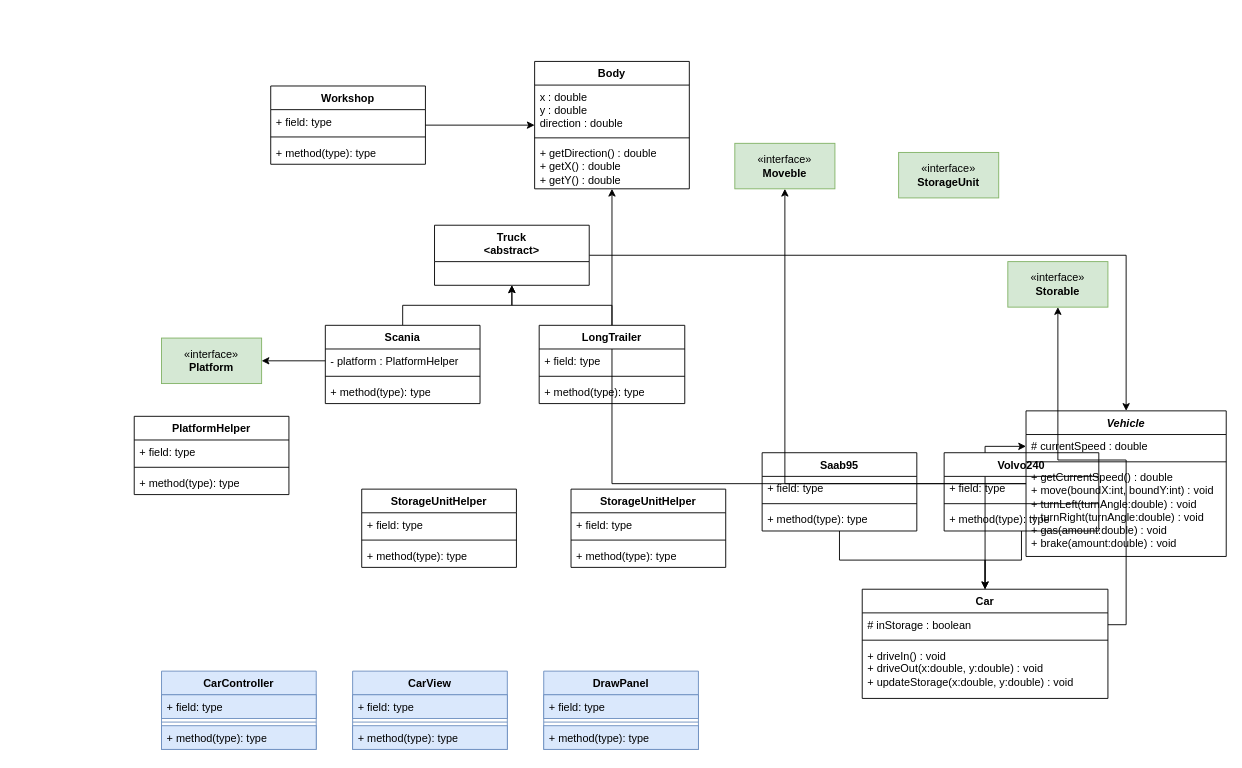
Before: Labb3pre.drawio in ErikFogelstrand/lab1-riktig, a draw.io diagram. Source tidied: cells renumbered, new cells numbered last; positions are measured from the earlier drawing's top-left corner, leaving out a move shared by most shapes. Both pictures are drawn from the tidied source at 91%, with x=0, y=0 at pixel (134, 61).
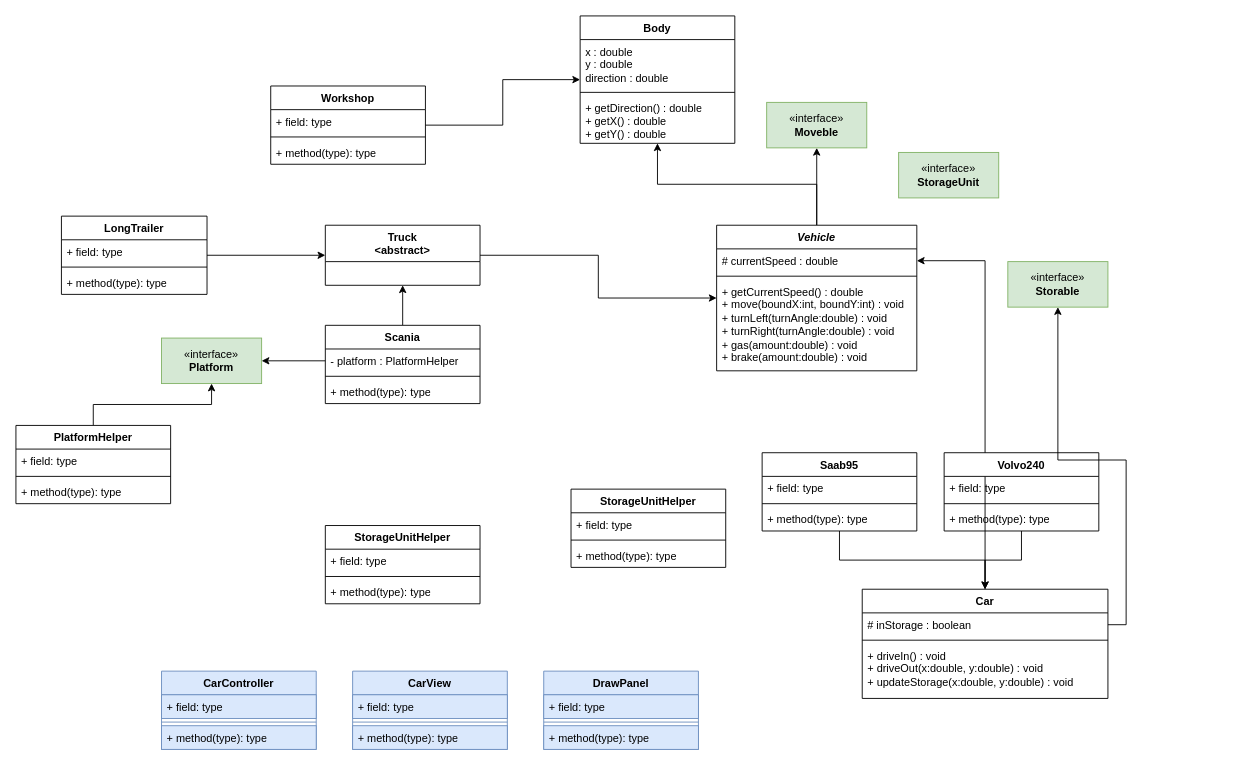
After the change.

Commit message:
Uppdaterad fritte

Unchanged cells that the change refers to:
```xml
<mxCell id="26" value="«interface»&lt;br&gt;&lt;b&gt;Platform&lt;/b&gt;" style="html=1;whiteSpace=wrap;fillColor=#d5e8d4;strokeColor=#82b366;" parent="1" vertex="1">
  <mxGeometry x="30" y="304" width="110" height="50" as="geometry" />
</mxCell>
```

The edit, as a diff of the source:
```diff
@@
     <mxCell id="2" value="&lt;div&gt;Body&lt;/div&gt;" style="swimlane;fontStyle=1;align=center;verticalAlign=top;horizontal=1;startSize=26;whiteSpace=wrap;html=1;" parent="1" vertex="1">
-      <mxGeometry x="440" width="170" height="140" as="geometry" />
+      <mxGeometry x="490" y="-50" width="170" height="140" as="geometry" />
     </mxCell>
@@
     <mxCell id="24" value="&lt;div&gt;Truck&lt;/div&gt;&lt;div&gt;&amp;lt;abstract&amp;gt;&lt;/div&gt;" style="swimlane;fontStyle=1;align=center;verticalAlign=top;horizontal=1;startSize=40;whiteSpace=wrap;html=1;" parent="1" vertex="1">
-      <mxGeometry x="330" y="180" width="170" height="66" as="geometry" />
+      <mxGeometry x="210" y="180" width="170" height="66" as="geometry" />
     </mxCell>
     <mxCell id="25" value="«interface»&lt;br&gt;&lt;b&gt;Moveble&lt;/b&gt;" style="html=1;whiteSpace=wrap;fillColor=#d5e8d4;strokeColor=#82b366;" parent="1" vertex="1">
-      <mxGeometry x="660" y="90" width="110" height="50" as="geometry" />
+      <mxGeometry x="695" y="45" width="110" height="50" as="geometry" />
     </mxCell>
@@
+    <mxCell id="74" style="edgeStyle=orthogonalEdgeStyle;rounded=0;jettySize=auto;html=1;" parent="1" edge="1" source="27" target="26">
+      <mxGeometry relative="1" as="geometry" />
+    </mxCell>
     <mxCell id="27" value="PlatformHelper" style="swimlane;fontStyle=1;align=center;verticalAlign=top;horizontal=1;startSize=26;whiteSpace=wrap;html=1;" parent="1" vertex="1">
-      <mxGeometry y="390" width="170" height="86" as="geometry" />
+      <mxGeometry x="-130" y="400" width="170" height="86" as="geometry" />
     </mxCell>
@@
     <mxCell id="48" value="&lt;i&gt;Vehicle&lt;/i&gt;" style="swimlane;fontStyle=1;align=center;verticalAlign=top;horizontal=1;startSize=26;whiteSpace=wrap;html=1;" parent="1" vertex="1">
-      <mxGeometry x="980" y="384" width="220" height="160" as="geometry" />
+      <mxGeometry x="640" y="180" width="220" height="160" as="geometry" />
     </mxCell>
@@
     <mxCell id="54" value="StorageUnitHelper" style="swimlane;fontStyle=1;align=center;verticalAlign=top;horizontal=1;startSize=26;whiteSpace=wrap;html=1;" parent="1" vertex="1">
-      <mxGeometry x="250" y="470" width="170" height="86" as="geometry" />
+      <mxGeometry x="210" y="510" width="170" height="86" as="geometry" />
     </mxCell>
@@
     <mxCell id="70" value="&lt;div&gt;LongTrailer&lt;/div&gt;" style="swimlane;fontStyle=1;align=center;verticalAlign=top;horizontal=1;startSize=26;whiteSpace=wrap;html=1;" parent="1" vertex="1">
-      <mxGeometry x="445" y="290" width="160" height="86" as="geometry" />
+      <mxGeometry x="-80" y="170" width="160" height="86" as="geometry" />
     </mxCell>
```
